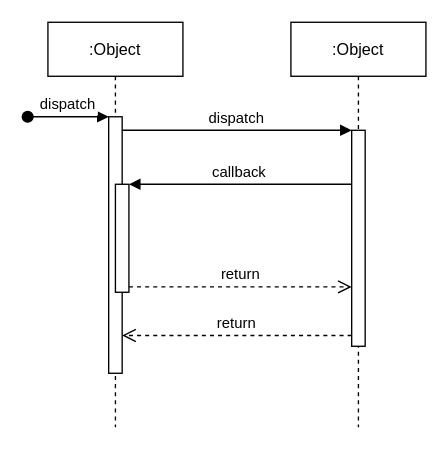
ssesse/orchestrator keeps this draw.io diagram as 未命名绘图.drawio. Above is the earlier version. Source tidied: cells renumbered, new cells numbered last; positions are measured from the earlier drawing's top-left corner, leaving out a move shared by most shapes. Both pictures are drawn from the tidied source at 135%, with x=0, y=0 at pixel (27, 22).
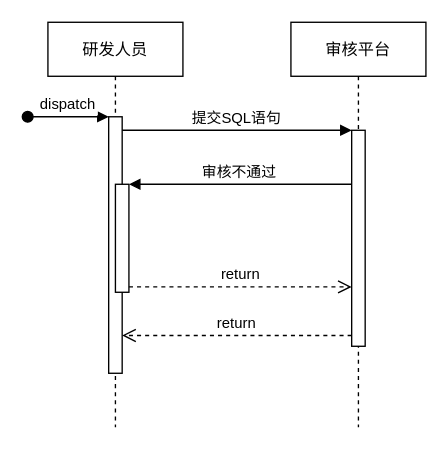
The same diagram, later.

Commit message:
数据库审核平台时序图

Diff of the diagram source:
```diff
@@
 <mxGraphModel>
   <root>
     <mxCell id="0" />
     <mxCell id="1" parent="0" />
-    <mxCell id="2" value=":Object" style="shape=umlLifeline;perimeter=lifelinePerimeter;rounded=0;shadow=0;strokeWidth=1;" parent="1" vertex="1">
+    <mxCell id="2" value="研发人员" style="shape=umlLifeline;perimeter=lifelinePerimeter;rounded=0;shadow=0;strokeWidth=1;" parent="1" vertex="1">
       <mxGeometry x="15" width="100" height="300" as="geometry" />
     </mxCell>
     <mxCell id="3" style="points=[];perimeter=orthogonalPerimeter;rounded=0;shadow=0;strokeWidth=1;" parent="2" vertex="1">
       <mxGeometry x="45" y="70" width="10" height="190" as="geometry" />
     </mxCell>
     <mxCell id="4" value="dispatch" style="verticalAlign=bottom;startArrow=oval;endArrow=block;startSize=8;shadow=0;strokeWidth=1;" parent="2" edge="1" target="3">
       <mxGeometry relative="1" as="geometry">
         <mxPoint x="-15" y="70" as="sourcePoint" />
       </mxGeometry>
     </mxCell>
     <mxCell id="5" style="points=[];perimeter=orthogonalPerimeter;rounded=0;shadow=0;strokeWidth=1;" parent="2" vertex="1">
       <mxGeometry x="50" y="120" width="10" height="80" as="geometry" />
     </mxCell>
-    <mxCell id="6" value=":Object" style="shape=umlLifeline;perimeter=lifelinePerimeter;rounded=0;shadow=0;strokeWidth=1;" parent="1" vertex="1">
+    <mxCell id="6" value="审核平台" style="shape=umlLifeline;perimeter=lifelinePerimeter;rounded=0;shadow=0;strokeWidth=1;" parent="1" vertex="1">
       <mxGeometry x="195" width="100" height="300" as="geometry" />
     </mxCell>
     <mxCell id="7" style="points=[];perimeter=orthogonalPerimeter;rounded=0;shadow=0;strokeWidth=1;" parent="6" vertex="1">
       <mxGeometry x="45" y="80" width="10" height="160" as="geometry" />
     </mxCell>
     <mxCell id="8" value="return" style="verticalAlign=bottom;endArrow=open;dashed=1;endSize=8;exitX=0;exitY=0.95;shadow=0;strokeWidth=1;" parent="1" edge="1" source="7" target="3">
       <mxGeometry relative="1" as="geometry" />
     </mxCell>
-    <mxCell id="9" value="dispatch" style="verticalAlign=bottom;endArrow=block;entryX=0;entryY=0;shadow=0;strokeWidth=1;" parent="1" edge="1" source="3" target="7">
+    <mxCell id="9" value="提交SQL语句" style="verticalAlign=bottom;endArrow=block;entryX=0;entryY=0;shadow=0;strokeWidth=1;" parent="1" edge="1" source="3" target="7">
       <mxGeometry relative="1" as="geometry" />
     </mxCell>
-    <mxCell id="10" value="callback" style="verticalAlign=bottom;endArrow=block;entryX=1;entryY=0;shadow=0;strokeWidth=1;" parent="1" edge="1" source="7" target="5">
+    <mxCell id="10" value="审核不通过" style="verticalAlign=bottom;endArrow=block;entryX=1;entryY=0;shadow=0;strokeWidth=1;" parent="1" edge="1" source="7" target="5">
       <mxGeometry relative="1" as="geometry" />
     </mxCell>
     <mxCell id="11" value="return" style="verticalAlign=bottom;endArrow=open;dashed=1;endSize=8;exitX=1;exitY=0.95;shadow=0;strokeWidth=1;" parent="1" edge="1" source="5" target="7">
       <mxGeometry relative="1" as="geometry" />
     </mxCell>
   </root>
 </mxGraphModel>
```
